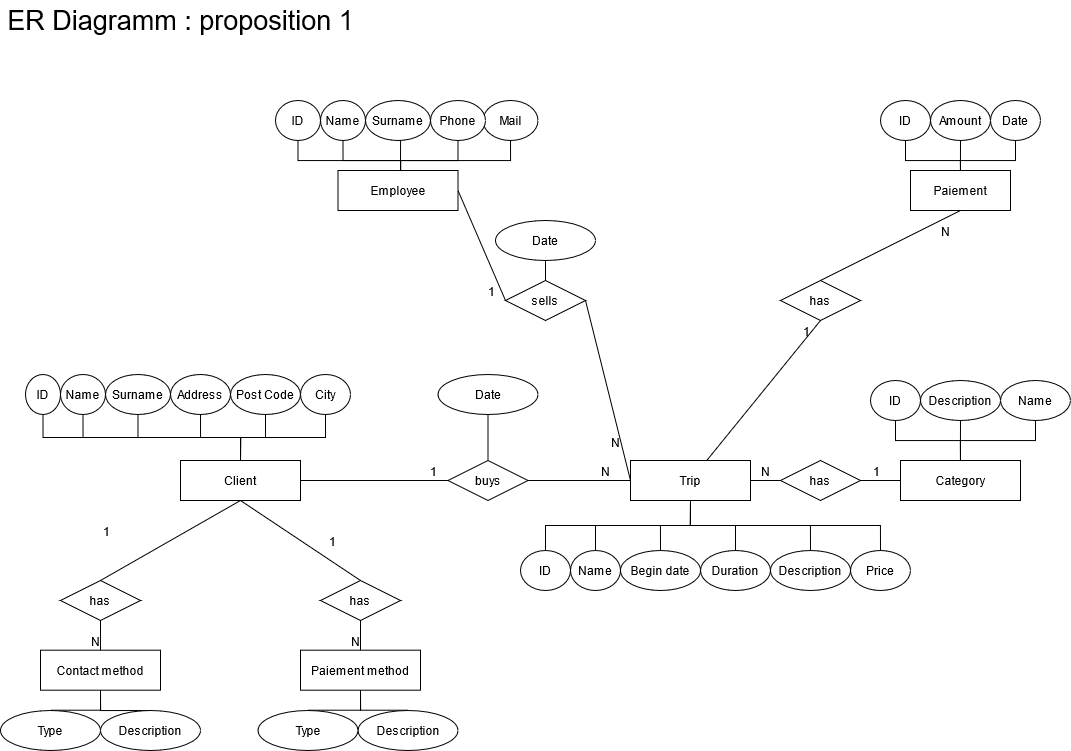
Earlier version of the draw.io export DB Projekt 1-ER-Model.png (phootrf/DBProjet1). Source tidied: cells renumbered, new cells last; positions are measured from the earlier drawing's top-left corner, leaving out a move shared by most shapes.
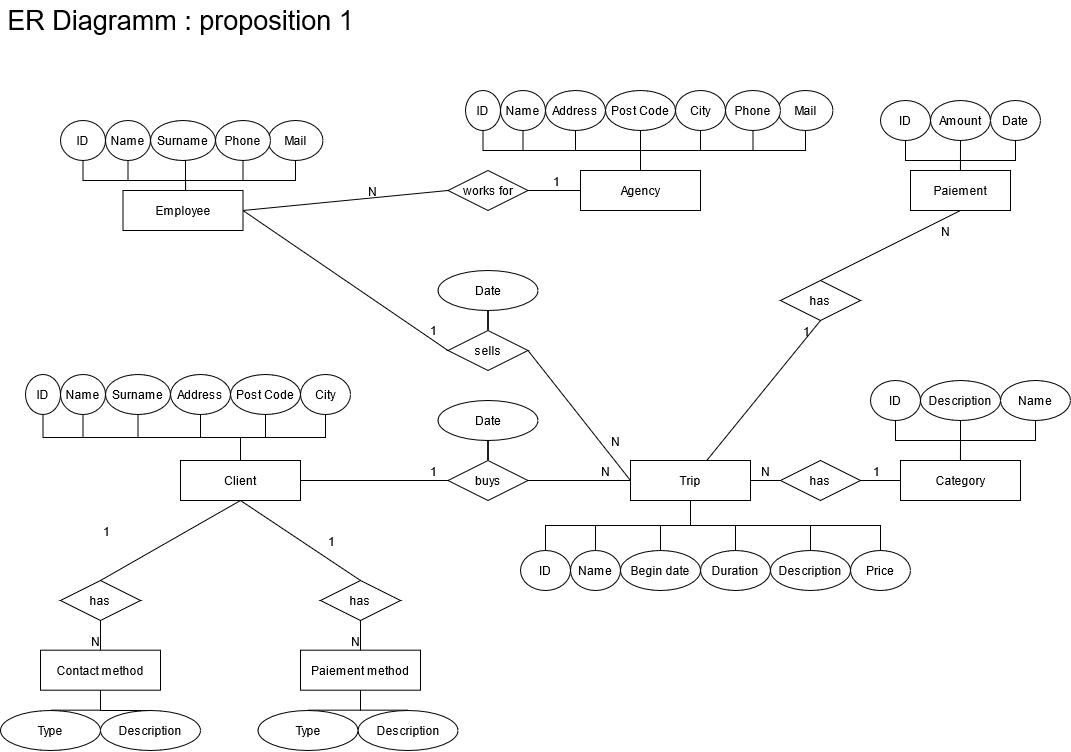
Later version of the same file.

Commit message:
addded entity agency

What changed in the source:
```diff
@@ -259,17 +259,17 @@
       <mxGeometry x="257.5" y="710" width="100" height="40" as="geometry" />
     </mxCell>
     <mxCell id="76" value="Employee" style="whiteSpace=wrap;html=1;align=center;" parent="1" vertex="1">
-      <mxGeometry x="337.5" y="170" width="120" height="40" as="geometry" />
+      <mxGeometry x="122.5" y="190" width="120" height="40" as="geometry" />
     </mxCell>
     <mxCell id="77" value="sells" style="shape=rhombus;perimeter=rhombusPerimeter;whiteSpace=wrap;html=1;align=center;" parent="1" vertex="1">
-      <mxGeometry x="505" y="280" width="80" height="40" as="geometry" />
+      <mxGeometry x="447.5" y="330" width="80" height="40" as="geometry" />
     </mxCell>
     <mxCell id="78" style="endArrow=none;html=1;rounded=0;exitX=1;exitY=0.5;exitDx=0;exitDy=0;entryX=0;entryY=0.5;entryDx=0;entryDy=0;" parent="1" edge="1" source="76" target="77">
       <mxGeometry relative="1" as="geometry" />
     </mxCell>
     <mxCell id="79" value="1" style="html=1;align=right;verticalAlign=bottom;" parent="78" vertex="1">
       <mxGeometry x="1" relative="1" as="geometry">
-        <mxPoint x="-10" as="offset" />
+        <mxPoint x="-10" y="-11" as="offset" />
       </mxGeometry>
     </mxCell>
     <mxCell id="80" style="endArrow=none;html=1;rounded=0;fontSize=27;exitX=1;exitY=0.5;exitDx=0;exitDy=0;entryX=0;entryY=0.5;entryDx=0;entryDy=0;" parent="1" edge="1" source="77" target="3">
@@ -283,68 +283,68 @@
     <mxCell id="82" style="edgeStyle=orthogonalEdgeStyle;rounded=0;jettySize=auto;html=1;exitX=0.5;exitY=1;exitDx=0;exitDy=0;entryX=0.522;entryY=0.01;entryDx=0;entryDy=0;entryPerimeter=0;endArrow=none;endFill=0;" parent="1" edge="1" source="83" target="76">
       <mxGeometry relative="1" as="geometry">
         <Array as="points">
-          <mxPoint x="297" y="160" />
-          <mxPoint x="400" y="160" />
+          <mxPoint x="82" y="180" />
+          <mxPoint x="185" y="180" />
         </Array>
       </mxGeometry>
     </mxCell>
     <mxCell id="83" value="ID" style="ellipse;whiteSpace=wrap;html=1;align=center;" parent="1" vertex="1">
-      <mxGeometry x="275" y="100" width="45" height="40" as="geometry" />
+      <mxGeometry x="60" y="120" width="45" height="40" as="geometry" />
     </mxCell>
     <mxCell id="84" style="edgeStyle=orthogonalEdgeStyle;rounded=0;jettySize=auto;html=1;exitX=0.5;exitY=1;exitDx=0;exitDy=0;entryX=0.5;entryY=0;entryDx=0;entryDy=0;endArrow=none;endFill=0;" parent="1" edge="1" source="85" target="76">
       <mxGeometry relative="1" as="geometry">
         <Array as="points">
-          <mxPoint x="342" y="160" />
-          <mxPoint x="400" y="160" />
+          <mxPoint x="127" y="180" />
+          <mxPoint x="185" y="180" />
         </Array>
       </mxGeometry>
     </mxCell>
     <mxCell id="85" value="Name" style="ellipse;whiteSpace=wrap;html=1;align=center;" parent="1" vertex="1">
-      <mxGeometry x="320" y="100" width="45" height="40" as="geometry" />
+      <mxGeometry x="105" y="120" width="45" height="40" as="geometry" />
     </mxCell>
     <mxCell id="86" style="edgeStyle=orthogonalEdgeStyle;rounded=0;jettySize=auto;html=1;exitX=0.5;exitY=1;exitDx=0;exitDy=0;endArrow=none;endFill=0;" parent="1" edge="1" source="87">
       <mxGeometry relative="1" as="geometry">
-        <mxPoint x="400" y="170" as="targetPoint" />
+        <mxPoint x="185" y="190" as="targetPoint" />
       </mxGeometry>
     </mxCell>
     <mxCell id="87" value="Surname" style="ellipse;whiteSpace=wrap;html=1;align=center;" parent="1" vertex="1">
-      <mxGeometry x="365" y="100" width="65" height="40" as="geometry" />
+      <mxGeometry x="150" y="120" width="65" height="40" as="geometry" />
     </mxCell>
     <mxCell id="88" style="edgeStyle=orthogonalEdgeStyle;rounded=0;jettySize=auto;html=1;exitX=0.5;exitY=1;exitDx=0;exitDy=0;endArrow=none;endFill=0;" parent="1" edge="1" source="89">
       <mxGeometry relative="1" as="geometry">
-        <mxPoint x="400" y="170" as="targetPoint" />
+        <mxPoint x="185" y="190" as="targetPoint" />
         <Array as="points">
-          <mxPoint x="510" y="160" />
-          <mxPoint x="400" y="160" />
+          <mxPoint x="295" y="180" />
+          <mxPoint x="185" y="180" />
         </Array>
       </mxGeometry>
     </mxCell>
     <mxCell id="89" value="Mail" style="ellipse;whiteSpace=wrap;html=1;align=center;" parent="1" vertex="1">
-      <mxGeometry x="482.5" y="100" width="55" height="40" as="geometry" />
+      <mxGeometry x="267.5" y="120" width="55" height="40" as="geometry" />
     </mxCell>
     <mxCell id="90" style="edgeStyle=orthogonalEdgeStyle;rounded=0;jettySize=auto;html=1;exitX=0.5;exitY=1;exitDx=0;exitDy=0;endArrow=none;endFill=0;" parent="1" edge="1" source="91">
       <mxGeometry relative="1" as="geometry">
-        <mxPoint x="400" y="170" as="targetPoint" />
+        <mxPoint x="185" y="190" as="targetPoint" />
         <Array as="points">
-          <mxPoint x="458" y="160" />
-          <mxPoint x="400" y="160" />
+          <mxPoint x="243" y="180" />
+          <mxPoint x="185" y="180" />
         </Array>
       </mxGeometry>
     </mxCell>
     <mxCell id="91" value="Phone" style="ellipse;whiteSpace=wrap;html=1;align=center;" parent="1" vertex="1">
-      <mxGeometry x="430" y="100" width="55" height="40" as="geometry" />
+      <mxGeometry x="215" y="120" width="55" height="40" as="geometry" />
     </mxCell>
-    <mxCell id="92" style="edgeStyle=orthogonalEdgeStyle;rounded=0;jettySize=auto;html=1;endArrow=none;endFill=0;" parent="1" edge="1" source="93" target="11">
+    <mxCell id="92" style="edgeStyle=orthogonalEdgeStyle;rounded=0;jettySize=auto;html=1;endArrow=none;endFill=0;entryX=0.5;entryY=0;entryDx=0;entryDy=0;" parent="1" edge="1" source="93" target="11">
       <mxGeometry relative="1" as="geometry" />
     </mxCell>
     <mxCell id="93" value="Date" style="ellipse;whiteSpace=wrap;html=1;align=center;" parent="1" vertex="1">
-      <mxGeometry x="437.5" y="374" width="100" height="40" as="geometry" />
+      <mxGeometry x="437.5" y="400" width="100" height="40" as="geometry" />
     </mxCell>
-    <mxCell id="94" style="edgeStyle=orthogonalEdgeStyle;rounded=0;jettySize=auto;html=1;endArrow=none;endFill=0;" parent="1" edge="1" source="95" target="77">
+    <mxCell id="94" style="edgeStyle=orthogonalEdgeStyle;rounded=0;jettySize=auto;html=1;endArrow=none;endFill=0;entryX=0.5;entryY=0;entryDx=0;entryDy=0;" parent="1" edge="1" source="95" target="77">
       <mxGeometry relative="1" as="geometry" />
     </mxCell>
     <mxCell id="95" value="Date" style="ellipse;whiteSpace=wrap;html=1;align=center;" parent="1" vertex="1">
-      <mxGeometry x="495" y="220" width="100" height="40" as="geometry" />
+      <mxGeometry x="437.5" y="270" width="100" height="40" as="geometry" />
     </mxCell>
     <mxCell id="96" style="endArrow=none;html=1;rounded=0;exitX=0.5;exitY=1;exitDx=0;exitDy=0;entryX=0.5;entryY=0;entryDx=0;entryDy=0;" parent="1" edge="1" source="2" target="50">
       <mxGeometry relative="1" as="geometry" />
@@ -354,5 +354,73 @@
         <mxPoint x="10" y="-40" as="offset" />
       </mxGeometry>
     </mxCell>
+    <mxCell id="98" value="Agency" style="whiteSpace=wrap;html=1;align=center;" parent="1" vertex="1">
+      <mxGeometry x="580" y="170" width="120" height="40" as="geometry" />
+    </mxCell>
+    <mxCell id="99" value="works for" style="shape=rhombus;perimeter=rhombusPerimeter;whiteSpace=wrap;html=1;align=center;" parent="1" vertex="1">
+      <mxGeometry x="447.5" y="170" width="80" height="40" as="geometry" />
+    </mxCell>
+    <mxCell id="100" style="endArrow=none;html=1;rounded=0;exitX=1;exitY=0.5;exitDx=0;exitDy=0;entryX=0;entryY=0.5;entryDx=0;entryDy=0;" parent="1" edge="1" source="76" target="99">
+      <mxGeometry relative="1" as="geometry" />
+    </mxCell>
+    <mxCell id="101" value="N" style="html=1;align=right;verticalAlign=bottom;" parent="100" vertex="1">
+      <mxGeometry x="1" relative="1" as="geometry">
+        <mxPoint x="-70" y="10" as="offset" />
+      </mxGeometry>
+    </mxCell>
+    <mxCell id="102" style="endArrow=none;html=1;rounded=0;fontSize=27;exitX=1;exitY=0.5;exitDx=0;exitDy=0;entryX=0;entryY=0.5;entryDx=0;entryDy=0;" parent="1" edge="1" source="99" target="98">
+      <mxGeometry relative="1" as="geometry" />
+    </mxCell>
+    <mxCell id="103" value="1" style="html=1;align=right;verticalAlign=bottom;" parent="102" vertex="1">
+      <mxGeometry x="1" relative="1" as="geometry">
+        <mxPoint x="-20" as="offset" />
+      </mxGeometry>
+    </mxCell>
+    <mxCell id="104" style="edgeStyle=orthogonalEdgeStyle;rounded=0;jettySize=auto;html=1;exitX=0.5;exitY=1;exitDx=0;exitDy=0;entryX=0.5;entryY=0;entryDx=0;entryDy=0;endArrow=none;endFill=0;" parent="1" edge="1" source="105" target="98">
+      <mxGeometry relative="1" as="geometry" />
+    </mxCell>
+    <mxCell id="105" value="ID" style="ellipse;whiteSpace=wrap;html=1;align=center;" parent="1" vertex="1">
+      <mxGeometry x="465" y="90" width="35" height="40" as="geometry" />
+    </mxCell>
+    <mxCell id="106" style="edgeStyle=orthogonalEdgeStyle;rounded=0;jettySize=auto;html=1;exitX=0.5;exitY=1;exitDx=0;exitDy=0;endArrow=none;endFill=0;" parent="1" edge="1" source="107">
+      <mxGeometry relative="1" as="geometry">
+        <mxPoint x="640" y="170" as="targetPoint" />
+      </mxGeometry>
+    </mxCell>
+    <mxCell id="107" value="Name" style="ellipse;whiteSpace=wrap;html=1;align=center;" parent="1" vertex="1">
+      <mxGeometry x="500" y="90" width="45" height="40" as="geometry" />
+    </mxCell>
+    <mxCell id="108" style="edgeStyle=orthogonalEdgeStyle;rounded=0;jettySize=auto;html=1;exitX=0.5;exitY=1;exitDx=0;exitDy=0;endArrow=none;endFill=0;" parent="1" edge="1" source="109">
+      <mxGeometry relative="1" as="geometry">
+        <mxPoint x="640" y="170" as="targetPoint" />
+      </mxGeometry>
+    </mxCell>
+    <mxCell id="109" value="Address" style="ellipse;whiteSpace=wrap;html=1;align=center;" parent="1" vertex="1">
+      <mxGeometry x="545" y="90" width="60" height="40" as="geometry" />
+    </mxCell>
+    <mxCell id="110" style="edgeStyle=orthogonalEdgeStyle;rounded=0;jettySize=auto;html=1;exitX=0.5;exitY=1;exitDx=0;exitDy=0;entryX=0.5;entryY=0;entryDx=0;entryDy=0;endArrow=none;endFill=0;" parent="1" edge="1" source="111" target="98">
+      <mxGeometry relative="1" as="geometry" />
+    </mxCell>
+    <mxCell id="111" value="Post Code" style="ellipse;whiteSpace=wrap;html=1;align=center;" parent="1" vertex="1">
+      <mxGeometry x="605" y="90" width="70" height="40" as="geometry" />
+    </mxCell>
+    <mxCell id="112" style="edgeStyle=orthogonalEdgeStyle;rounded=0;jettySize=auto;html=1;exitX=0.5;exitY=1;exitDx=0;exitDy=0;entryX=0.5;entryY=0;entryDx=0;entryDy=0;endArrow=none;endFill=0;" parent="1" edge="1" source="113" target="98">
+      <mxGeometry relative="1" as="geometry" />
+    </mxCell>
+    <mxCell id="113" value="City" style="ellipse;whiteSpace=wrap;html=1;align=center;" parent="1" vertex="1">
+      <mxGeometry x="675" y="90" width="50" height="40" as="geometry" />
+    </mxCell>
+    <mxCell id="114" style="edgeStyle=orthogonalEdgeStyle;rounded=0;jettySize=auto;html=1;exitX=0.5;exitY=1;exitDx=0;exitDy=0;entryX=0.5;entryY=0;entryDx=0;entryDy=0;endArrow=none;endFill=0;" parent="1" edge="1" source="115" target="98">
+      <mxGeometry relative="1" as="geometry" />
+    </mxCell>
+    <mxCell id="115" value="Mail" style="ellipse;whiteSpace=wrap;html=1;align=center;" parent="1" vertex="1">
+      <mxGeometry x="777.5" y="90" width="55" height="40" as="geometry" />
+    </mxCell>
+    <mxCell id="116" style="edgeStyle=orthogonalEdgeStyle;rounded=0;jettySize=auto;html=1;exitX=0.5;exitY=1;exitDx=0;exitDy=0;entryX=0.5;entryY=0;entryDx=0;entryDy=0;endArrow=none;endFill=0;" parent="1" edge="1" source="117" target="98">
+      <mxGeometry relative="1" as="geometry" />
+    </mxCell>
+    <mxCell id="117" value="Phone" style="ellipse;whiteSpace=wrap;html=1;align=center;" parent="1" vertex="1">
+      <mxGeometry x="725" y="90" width="55" height="40" as="geometry" />
+    </mxCell>
   </root>
 </mxGraphModel>
```
